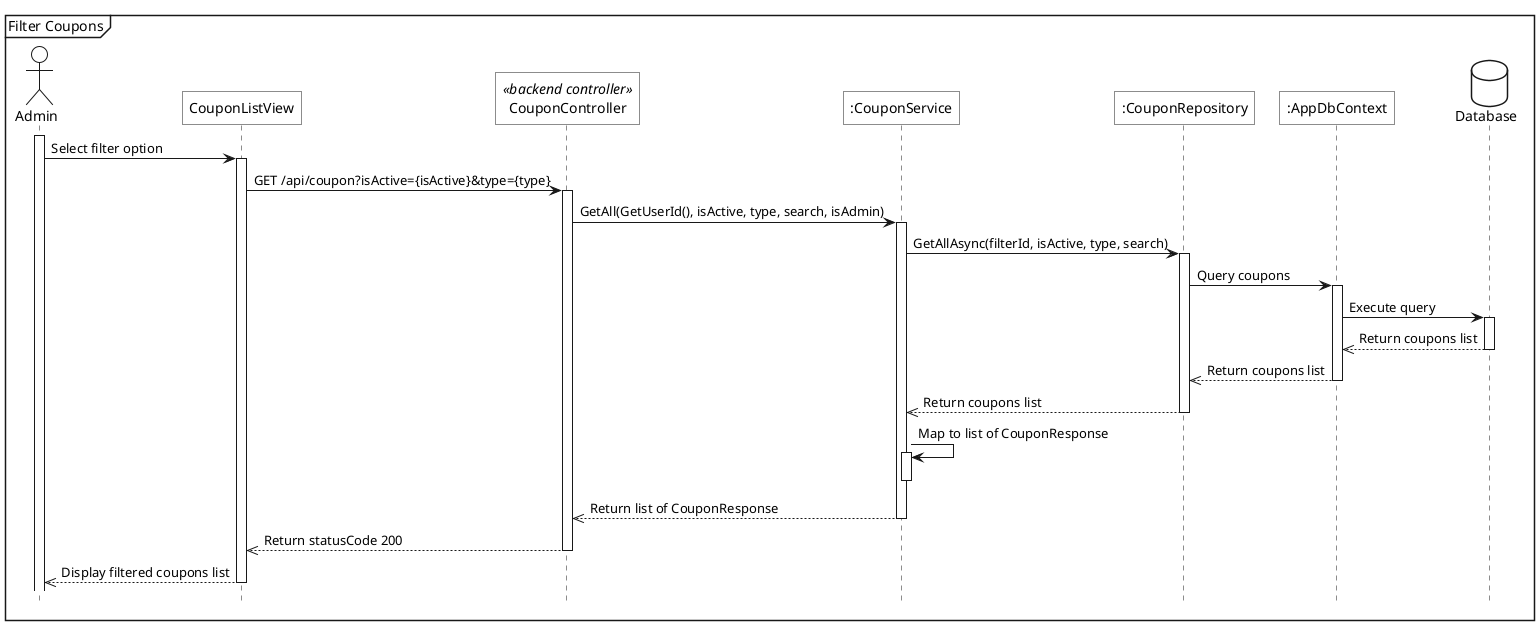
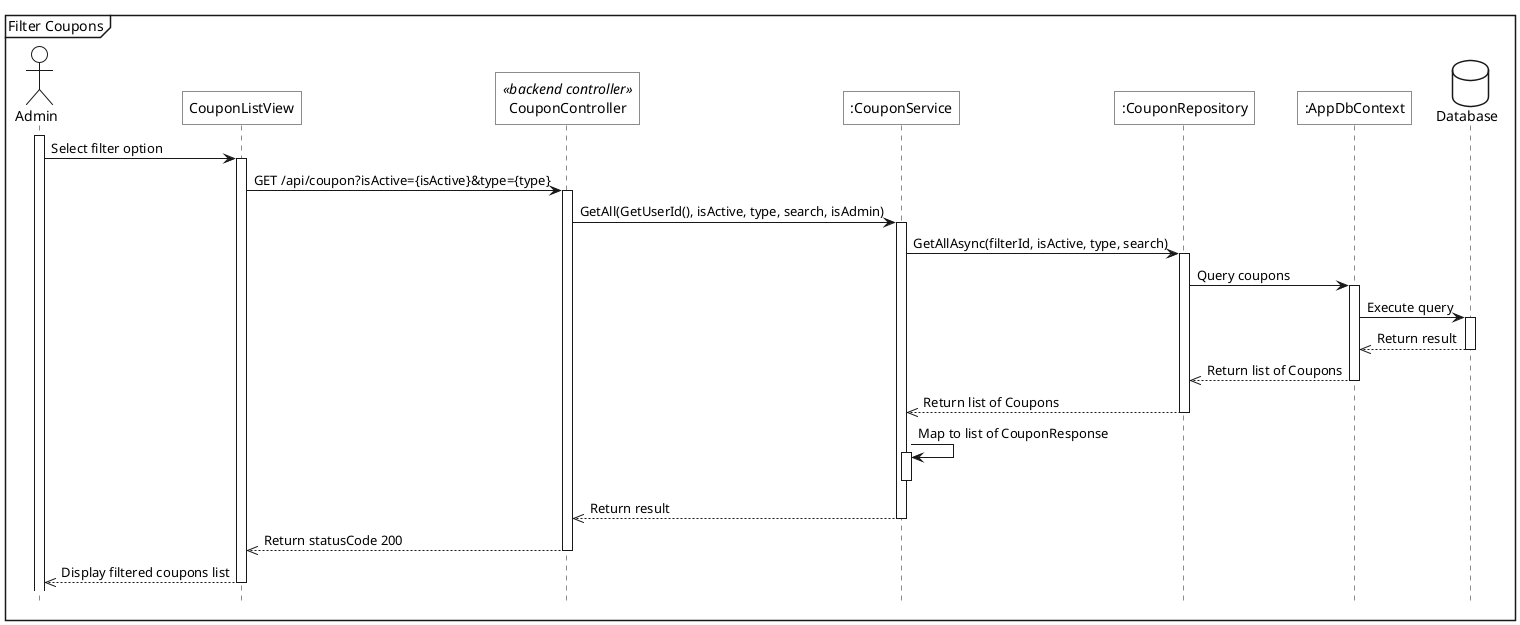
@startuml
<style>
    sequenceDiagram{
        actor{
            BackgroundColor white
            LineThickness 1.0
        }
        participant{
            BackgroundColor white
            RoundCorner 0
        }
        database{
            BackgroundColor white
        }
        groupHeader{
            BackgroundColor white
        }
        referenceHeader{
            BackgroundColor white
        }
        reference{
            BackgroundColor white
        }
    }
</style>

hide footbox

mainframe Filter Coupons

actor Admin as act
participant "CouponListView" as view
participant "CouponController" as be_ctrl <<backend controller>>
participant ":CouponService" as sv
participant ":CouponRepository" as repo
participant ":AppDbContext" as ctx
database Database as db

- act ++
- act -> view++: Select filter option
- view -> be_ctrl++: GET /api/coupon?isActive={isActive}&type={type}
+ act++
+ act->view++: Select filter option
+ view->be_ctrl++: GET /api/coupon?isActive={isActive}&type={type}

- be_ctrl -> sv++: GetAll(GetUserId(), isActive, type, search, isAdmin)
+ be_ctrl->sv++: GetAll(GetUserId(), isActive, type, search, isAdmin)

- sv -> repo++: GetAllAsync(filterId, isActive, type, search)
- repo -> ctx++: Query coupons
- ctx -> db++: Execute query
- db -->> ctx--: Return coupons list
- ctx -->> repo--: Return coupons list
- repo -->> sv--: Return coupons list
+ sv->repo++: GetAllAsync(filterId, isActive, type, search)
+ repo->ctx++: Query coupons
+ ctx->db++: Execute query
+ db-->>ctx--: Return result
+ ctx-->>repo--: Return list of Coupons
+ repo-->>sv--: Return list of Coupons

- sv -> sv++: Map to list of CouponResponse
- sv --
+ sv->sv++: Map to list of CouponResponse
+ sv--

- sv -->> be_ctrl--: Return list of CouponResponse
- be_ctrl -->> view--: Return statusCode 200
- view -->> act--: Display filtered coupons list
+ sv-->>be_ctrl--: Return result
+ be_ctrl-->>view--: Return statusCode 200
+ view-->>act--: Display filtered coupons list
@enduml
